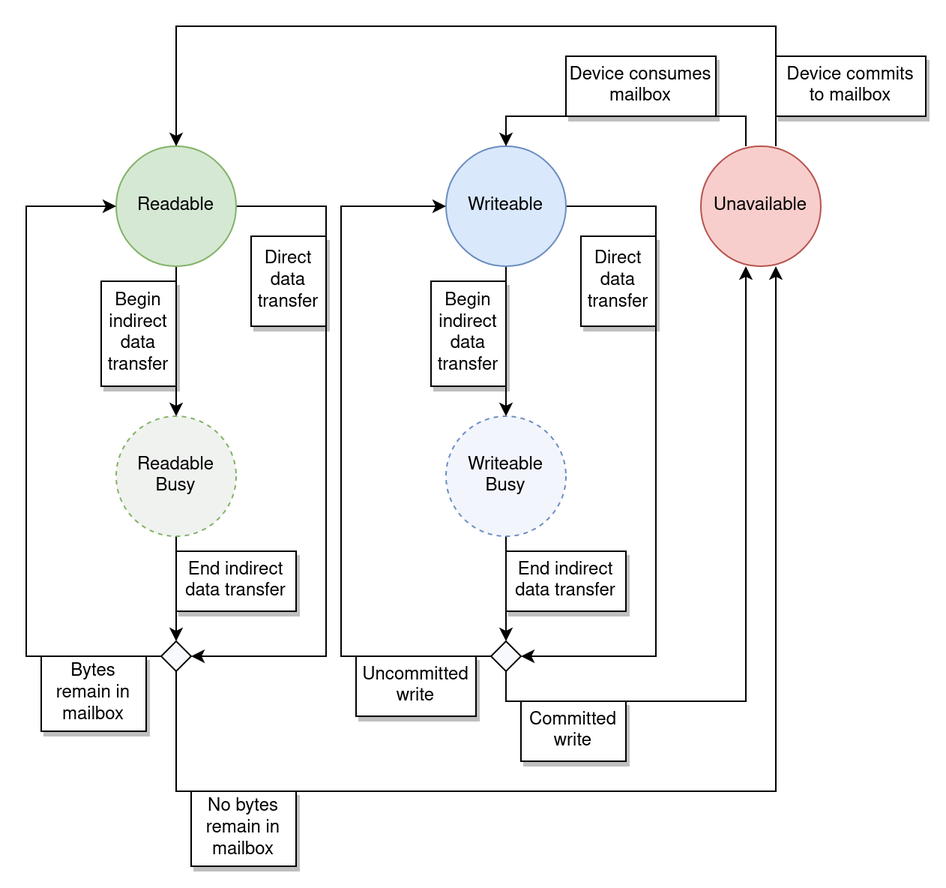
Before: docs/img/device-port-state-diagram.png, a diagram exported from draw.io (noodlecollie/v2mp). Source tidied: cells renumbered, new cells last; positions are measured from the earlier drawing's top-left corner, leaving out a move shared by most shapes.
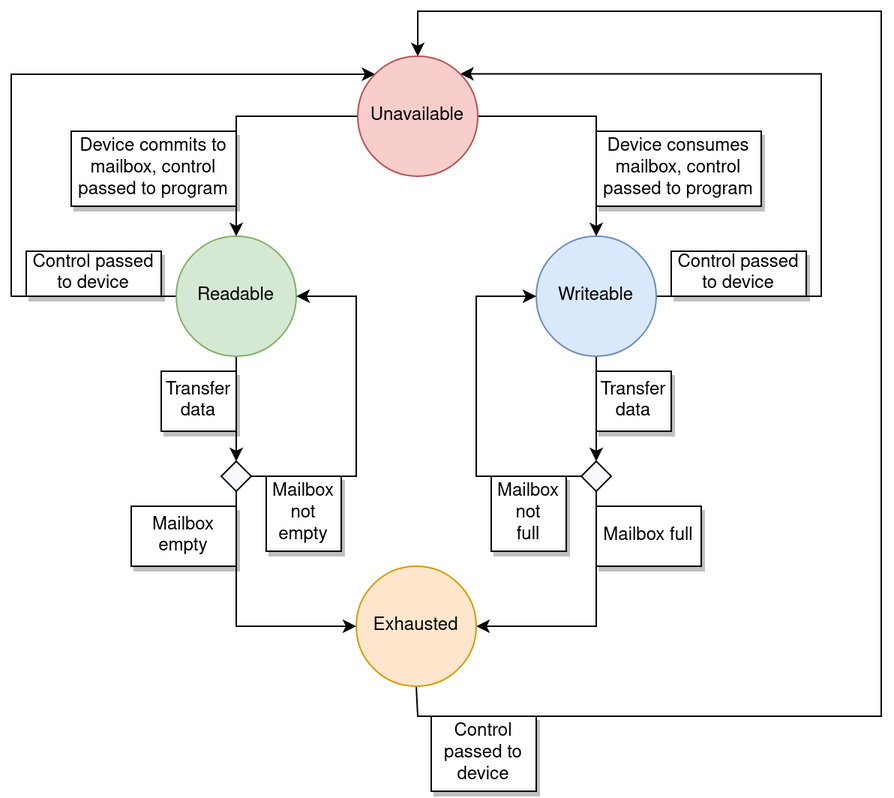
After the change.

Commit message:
Refined device port states again

Diff of the diagram source:
```diff
@@ -2,147 +2,123 @@
   <root>
     <mxCell id="0" />
     <mxCell id="1" parent="0" />
-    <mxCell id="2" style="edgeStyle=orthogonalEdgeStyle;rounded=0;jettySize=auto;html=1;exitX=0.5;exitY=1;exitDx=0;exitDy=0;entryX=0.5;entryY=0;entryDx=0;entryDy=0;endArrow=classic;endFill=1;" parent="1" edge="1" source="4" target="11">
-      <mxGeometry relative="1" as="geometry" />
+    <mxCell id="2" style="edgeStyle=orthogonalEdgeStyle;rounded=0;jettySize=auto;html=1;exitX=1;exitY=0.5;exitDx=0;exitDy=0;entryX=1;entryY=0;entryDx=0;entryDy=0;" parent="1" edge="1" source="4" target="24">
+      <mxGeometry relative="1" as="geometry">
+        <Array as="points">
+          <mxPoint x="490" y="160" />
+          <mxPoint x="490" y="12" />
+        </Array>
+      </mxGeometry>
     </mxCell>
-    <mxCell id="3" style="edgeStyle=orthogonalEdgeStyle;rounded=0;jettySize=auto;html=1;exitX=1;exitY=0.5;exitDx=0;exitDy=0;entryX=1;entryY=0.5;entryDx=0;entryDy=0;endArrow=classic;endFill=1;" parent="1" edge="1" source="4" target="26">
-      <mxGeometry relative="1" as="geometry">
-        <Array as="points">
-          <mxPoint x="200" y="120" />
-          <mxPoint x="200" y="420" />
-        </Array>
-      </mxGeometry>
+    <mxCell id="3" style="edgeStyle=orthogonalEdgeStyle;rounded=0;jettySize=auto;html=1;exitX=0.5;exitY=1;exitDx=0;exitDy=0;entryX=0.5;entryY=0;entryDx=0;entryDy=0;endArrow=classic;endFill=1;" parent="1" edge="1" source="4" target="8">
+      <mxGeometry relative="1" as="geometry" />
     </mxCell>
-    <mxCell id="4" value="Readable" style="ellipse;whiteSpace=wrap;html=1;fillColor=#d5e8d4;strokeColor=#82b366;" parent="1" vertex="1">
-      <mxGeometry x="60" y="80" width="80" height="80" as="geometry" />
+    <mxCell id="4" value="Writeable" style="ellipse;whiteSpace=wrap;html=1;fillColor=#dae8fc;strokeColor=#6c8ebf;" parent="1" vertex="1">
+      <mxGeometry x="300" y="120" width="80" height="80" as="geometry" />
     </mxCell>
-    <mxCell id="5" style="edgeStyle=orthogonalEdgeStyle;rounded=0;jettySize=auto;html=1;exitX=0.5;exitY=1;exitDx=0;exitDy=0;entryX=0.5;entryY=0;entryDx=0;entryDy=0;endArrow=classic;endFill=1;" parent="1" edge="1" source="7" target="13">
-      <mxGeometry relative="1" as="geometry" />
+    <mxCell id="5" value="&lt;div&gt;Transfer&lt;/div&gt;&lt;div&gt;data&lt;br&gt;&lt;/div&gt;" style="rounded=0;whiteSpace=wrap;html=1;shadow=1;" parent="1" vertex="1">
+      <mxGeometry x="340" y="210" width="50" height="40" as="geometry" />
     </mxCell>
-    <mxCell id="6" style="edgeStyle=orthogonalEdgeStyle;rounded=0;jettySize=auto;html=1;exitX=1;exitY=0.5;exitDx=0;exitDy=0;endArrow=classic;endFill=1;entryX=1;entryY=0.5;entryDx=0;entryDy=0;" parent="1" edge="1" source="7" target="23">
-      <mxGeometry relative="1" as="geometry">
-        <Array as="points">
-          <mxPoint x="420" y="120" />
-          <mxPoint x="420" y="420" />
-        </Array>
-      </mxGeometry>
+    <mxCell id="6" style="edgeStyle=orthogonalEdgeStyle;rounded=0;jettySize=auto;html=1;exitX=0.5;exitY=1;exitDx=0;exitDy=0;entryX=1;entryY=0.5;entryDx=0;entryDy=0;" parent="1" edge="1" source="8" target="11">
+      <mxGeometry relative="1" as="geometry" />
     </mxCell>
-    <mxCell id="7" value="Writeable" style="ellipse;whiteSpace=wrap;html=1;fillColor=#dae8fc;strokeColor=#6c8ebf;" parent="1" vertex="1">
-      <mxGeometry x="280" y="80" width="80" height="80" as="geometry" />
+    <mxCell id="7" style="edgeStyle=orthogonalEdgeStyle;rounded=0;jettySize=auto;html=1;exitX=0;exitY=0.5;exitDx=0;exitDy=0;entryX=0;entryY=0.5;entryDx=0;entryDy=0;endArrow=classic;endFill=1;" parent="1" edge="1" source="8" target="4">
+      <mxGeometry relative="1" as="geometry">
+        <Array as="points">
+          <mxPoint x="260" y="280" />
+          <mxPoint x="260" y="160" />
+        </Array>
+      </mxGeometry>
     </mxCell>
-    <mxCell id="8" style="edgeStyle=orthogonalEdgeStyle;rounded=0;jettySize=auto;html=1;endArrow=classic;endFill=1;entryX=0.5;entryY=0;entryDx=0;entryDy=0;" parent="1" edge="1" target="4">
-      <mxGeometry relative="1" as="geometry">
-        <mxPoint x="500" y="80" as="sourcePoint" />
-        <Array as="points">
-          <mxPoint x="500" />
-          <mxPoint x="100" />
-        </Array>
-      </mxGeometry>
+    <mxCell id="8" style="rhombus;whiteSpace=wrap;html=1;fillColor=#F7F9FC;" parent="1" vertex="1">
+      <mxGeometry x="330" y="270" width="20" height="20" as="geometry" />
     </mxCell>
-    <mxCell id="9" value="Unavailable" style="ellipse;whiteSpace=wrap;html=1;fillColor=#f8cecc;strokeColor=#b85450;" parent="1" vertex="1">
-      <mxGeometry x="450" y="80" width="80" height="80" as="geometry" />
+    <mxCell id="9" value="&lt;div&gt;Mailbox not&lt;br&gt;&lt;/div&gt;&lt;div&gt;full&lt;br&gt;&lt;/div&gt;" style="rounded=0;whiteSpace=wrap;html=1;shadow=1;" parent="1" vertex="1">
+      <mxGeometry x="270" y="280" width="50" height="50" as="geometry" />
     </mxCell>
-    <mxCell id="10" style="edgeStyle=orthogonalEdgeStyle;rounded=0;jettySize=auto;html=1;exitX=0.5;exitY=1;exitDx=0;exitDy=0;entryX=0.5;entryY=0;entryDx=0;entryDy=0;endArrow=classic;endFill=1;" parent="1" edge="1" source="11" target="26">
-      <mxGeometry relative="1" as="geometry" />
+    <mxCell id="10" style="edgeStyle=orthogonalEdgeStyle;rounded=0;jettySize=auto;html=1;exitX=0.5;exitY=1;exitDx=0;exitDy=0;entryX=0.5;entryY=0;entryDx=0;entryDy=0;" parent="1" edge="1" source="11" target="24">
+      <mxGeometry relative="1" as="geometry">
+        <Array as="points">
+          <mxPoint x="221" y="420" />
+          <mxPoint x="221" y="440" />
+          <mxPoint x="530" y="440" />
+          <mxPoint x="530" y="-30" />
+          <mxPoint x="221" y="-30" />
+        </Array>
+      </mxGeometry>
     </mxCell>
-    <mxCell id="11" value="Readable Busy" style="ellipse;whiteSpace=wrap;html=1;dashed=1;fillColor=#F0F2F0;strokeColor=#82b366;" parent="1" vertex="1">
-      <mxGeometry x="60" y="260" width="80" height="80" as="geometry" />
+    <mxCell id="11" value="Exhausted" style="ellipse;whiteSpace=wrap;html=1;fillColor=#ffe6cc;strokeColor=#d79b00;" parent="1" vertex="1">
+      <mxGeometry x="180" y="340" width="80" height="80" as="geometry" />
     </mxCell>
-    <mxCell id="12" style="edgeStyle=orthogonalEdgeStyle;rounded=0;jettySize=auto;html=1;exitX=0.5;exitY=1;exitDx=0;exitDy=0;entryX=0.5;entryY=0;entryDx=0;entryDy=0;endArrow=classic;endFill=1;" parent="1" edge="1" source="13" target="23">
-      <mxGeometry relative="1" as="geometry" />
+    <mxCell id="12" value="Mailbox full" style="rounded=0;whiteSpace=wrap;html=1;shadow=1;" parent="1" vertex="1">
+      <mxGeometry x="340" y="300" width="70" height="40" as="geometry" />
     </mxCell>
-    <mxCell id="13" value="Writeable Busy" style="ellipse;whiteSpace=wrap;html=1;dashed=1;fillColor=#F2F5FC;strokeColor=#6c8ebf;" parent="1" vertex="1">
-      <mxGeometry x="280" y="260" width="80" height="80" as="geometry" />
+    <mxCell id="13" style="edgeStyle=orthogonalEdgeStyle;rounded=0;jettySize=auto;html=1;exitX=0.5;exitY=1;exitDx=0;exitDy=0;entryX=0.5;entryY=0;entryDx=0;entryDy=0;endArrow=classic;endFill=1;" parent="1" edge="1" source="15" target="18">
+      <mxGeometry relative="1" as="geometry" />
     </mxCell>
-    <mxCell id="14" value="&lt;div&gt;Begin&lt;/div&gt;&lt;div&gt;indirect&lt;/div&gt;&lt;div&gt;data&lt;/div&gt;&lt;div&gt;transfer&lt;br&gt;&lt;/div&gt;" style="rounded=0;whiteSpace=wrap;html=1;shadow=1;" parent="1" vertex="1">
-      <mxGeometry x="270" y="170" width="50" height="70" as="geometry" />
+    <mxCell id="14" style="edgeStyle=orthogonalEdgeStyle;rounded=0;jettySize=auto;html=1;exitX=0;exitY=0.5;exitDx=0;exitDy=0;entryX=0;entryY=0;entryDx=0;entryDy=0;" parent="1" edge="1" source="15" target="24">
+      <mxGeometry relative="1" as="geometry">
+        <Array as="points">
+          <mxPoint x="-50" y="160" />
+          <mxPoint x="-50" y="12" />
+          <mxPoint x="193" y="12" />
+        </Array>
+      </mxGeometry>
     </mxCell>
-    <mxCell id="15" style="endArrow=classic;html=1;rounded=0;entryX=0.5;entryY=0;entryDx=0;entryDy=0;" parent="1" edge="1" target="7">
-      <mxGeometry relative="1" as="geometry">
-        <mxPoint x="480" y="80" as="sourcePoint" />
-        <Array as="points">
-          <mxPoint x="480" y="60" />
-          <mxPoint x="320" y="60" />
-        </Array>
-      </mxGeometry>
+    <mxCell id="15" value="Readable" style="ellipse;whiteSpace=wrap;html=1;fillColor=#d5e8d4;strokeColor=#82b366;" parent="1" vertex="1">
+      <mxGeometry x="60" y="120" width="80" height="80" as="geometry" />
     </mxCell>
-    <mxCell id="16" value="&lt;div&gt;Device commits&lt;/div&gt;&lt;div&gt;to mailbox&lt;br&gt;&lt;/div&gt;" style="rounded=0;whiteSpace=wrap;html=1;shadow=1;" parent="1" vertex="1">
-      <mxGeometry x="500" y="20" width="100" height="40" as="geometry" />
+    <mxCell id="16" style="edgeStyle=orthogonalEdgeStyle;rounded=0;jettySize=auto;html=1;exitX=0.5;exitY=1;exitDx=0;exitDy=0;entryX=0;entryY=0.5;entryDx=0;entryDy=0;" parent="1" edge="1" source="18" target="11">
+      <mxGeometry relative="1" as="geometry" />
     </mxCell>
-    <mxCell id="17" value="&lt;div&gt;Device consumes&lt;/div&gt;&lt;div&gt;mailbox&lt;br&gt;&lt;/div&gt;" style="rounded=0;whiteSpace=wrap;html=1;shadow=1;" parent="1" vertex="1">
-      <mxGeometry x="360" y="20" width="100" height="40" as="geometry" />
+    <mxCell id="17" style="edgeStyle=orthogonalEdgeStyle;rounded=0;jettySize=auto;html=1;exitX=1;exitY=0.5;exitDx=0;exitDy=0;entryX=1;entryY=0.5;entryDx=0;entryDy=0;endArrow=classic;endFill=1;" parent="1" edge="1" source="18" target="15">
+      <mxGeometry relative="1" as="geometry">
+        <Array as="points">
+          <mxPoint x="180" y="280" />
+          <mxPoint x="180" y="160" />
+        </Array>
+      </mxGeometry>
     </mxCell>
-    <mxCell id="18" value="&lt;div&gt;Begin&lt;/div&gt;&lt;div&gt;indirect&lt;/div&gt;&lt;div&gt;data&lt;/div&gt;&lt;div&gt;transfer&lt;br&gt;&lt;/div&gt;" style="rounded=0;whiteSpace=wrap;html=1;shadow=1;" parent="1" vertex="1">
-      <mxGeometry x="50" y="170" width="50" height="70" as="geometry" />
+    <mxCell id="18" style="rhombus;whiteSpace=wrap;html=1;fillColor=#F7F9FC;" parent="1" vertex="1">
+      <mxGeometry x="90" y="270" width="20" height="20" as="geometry" />
     </mxCell>
-    <mxCell id="19" value="&lt;div&gt;End indirect&lt;/div&gt;&lt;div&gt;data transfer&lt;br&gt;&lt;/div&gt;" style="rounded=0;whiteSpace=wrap;html=1;shadow=1;" parent="1" vertex="1">
-      <mxGeometry x="100" y="350" width="80" height="40" as="geometry" />
+    <mxCell id="19" style="endArrow=none;html=1;rounded=0;" parent="1" edge="1" target="18">
+      <mxGeometry relative="1" as="geometry">
+        <mxPoint x="100" y="270" as="sourcePoint" />
+      </mxGeometry>
     </mxCell>
-    <mxCell id="20" value="&lt;div&gt;End indirect&lt;/div&gt;&lt;div&gt;data transfer&lt;br&gt;&lt;/div&gt;" style="rounded=0;whiteSpace=wrap;html=1;shadow=1;" parent="1" vertex="1">
-      <mxGeometry x="320" y="350" width="80" height="40" as="geometry" />
+    <mxCell id="20" value="&lt;div&gt;Mailbox&lt;/div&gt;&lt;div&gt;not&lt;/div&gt;&lt;div&gt;empty&lt;/div&gt;" style="rounded=0;whiteSpace=wrap;html=1;shadow=1;" parent="1" vertex="1">
+      <mxGeometry x="120" y="280" width="50" height="50" as="geometry" />
     </mxCell>
-    <mxCell id="21" style="edgeStyle=orthogonalEdgeStyle;rounded=0;jettySize=auto;html=1;exitX=0;exitY=0.5;exitDx=0;exitDy=0;entryX=0;entryY=0.5;entryDx=0;entryDy=0;endArrow=classic;endFill=1;" parent="1" edge="1" source="23" target="7">
-      <mxGeometry relative="1" as="geometry">
-        <Array as="points">
-          <mxPoint x="210" y="420" />
-          <mxPoint x="210" y="120" />
-        </Array>
-      </mxGeometry>
+    <mxCell id="21" value="Mailbox empty" style="rounded=0;whiteSpace=wrap;html=1;shadow=1;" parent="1" vertex="1">
+      <mxGeometry x="30" y="300" width="70" height="40" as="geometry" />
     </mxCell>
-    <mxCell id="22" style="edgeStyle=orthogonalEdgeStyle;rounded=0;jettySize=auto;html=1;exitX=0.5;exitY=1;exitDx=0;exitDy=0;endArrow=classic;endFill=1;" parent="1" edge="1" source="23">
-      <mxGeometry relative="1" as="geometry">
-        <mxPoint x="480" y="160" as="targetPoint" />
-        <Array as="points">
-          <mxPoint x="320" y="450" />
-          <mxPoint x="480" y="450" />
-        </Array>
-      </mxGeometry>
+    <mxCell id="22" style="edgeStyle=orthogonalEdgeStyle;rounded=0;jettySize=auto;html=1;exitX=0;exitY=0.5;exitDx=0;exitDy=0;entryX=0.5;entryY=0;entryDx=0;entryDy=0;" parent="1" edge="1" source="24" target="15">
+      <mxGeometry relative="1" as="geometry" />
     </mxCell>
-    <mxCell id="23" style="rhombus;whiteSpace=wrap;html=1;fillColor=#F7F9FC;" parent="1" vertex="1">
-      <mxGeometry x="310" y="410" width="20" height="20" as="geometry" />
+    <mxCell id="23" style="edgeStyle=orthogonalEdgeStyle;rounded=0;jettySize=auto;html=1;exitX=1;exitY=0.5;exitDx=0;exitDy=0;entryX=0.5;entryY=0;entryDx=0;entryDy=0;" parent="1" edge="1" source="24" target="4">
+      <mxGeometry relative="1" as="geometry" />
     </mxCell>
-    <mxCell id="24" style="edgeStyle=orthogonalEdgeStyle;rounded=0;jettySize=auto;html=1;exitX=0;exitY=0.5;exitDx=0;exitDy=0;entryX=0;entryY=0.5;entryDx=0;entryDy=0;endArrow=classic;endFill=1;" parent="1" edge="1" source="26" target="4">
-      <mxGeometry relative="1" as="geometry">
-        <Array as="points">
-          <mxPoint y="420" />
-          <mxPoint y="120" />
-        </Array>
-      </mxGeometry>
+    <mxCell id="24" value="Unavailable" style="ellipse;whiteSpace=wrap;html=1;fillColor=#f8cecc;strokeColor=#b85450;" parent="1" vertex="1">
+      <mxGeometry x="181" width="80" height="80" as="geometry" />
     </mxCell>
-    <mxCell id="25" style="edgeStyle=orthogonalEdgeStyle;rounded=0;jettySize=auto;html=1;exitX=0.5;exitY=1;exitDx=0;exitDy=0;endArrow=classic;endFill=1;" parent="1" edge="1" source="26">
-      <mxGeometry relative="1" as="geometry">
-        <mxPoint x="500" y="160" as="targetPoint" />
-        <Array as="points">
-          <mxPoint x="100" y="510" />
-          <mxPoint x="500" y="510" />
-        </Array>
-      </mxGeometry>
+    <mxCell id="25" value="Device commits to mailbox, control passed to program" style="rounded=0;whiteSpace=wrap;html=1;shadow=1;" parent="1" vertex="1">
+      <mxGeometry x="-10" y="50" width="110" height="50" as="geometry" />
     </mxCell>
-    <mxCell id="26" style="rhombus;whiteSpace=wrap;html=1;fillColor=#F7F9FC;" parent="1" vertex="1">
-      <mxGeometry x="90" y="410" width="20" height="20" as="geometry" />
+    <mxCell id="26" value="Device consumes mailbox, control passed to program" style="rounded=0;whiteSpace=wrap;html=1;shadow=1;" parent="1" vertex="1">
+      <mxGeometry x="340" y="50" width="110" height="50" as="geometry" />
     </mxCell>
-    <mxCell id="27" style="endArrow=none;html=1;rounded=0;" parent="1" edge="1" target="26">
-      <mxGeometry relative="1" as="geometry">
-        <mxPoint x="100" y="410" as="sourcePoint" />
-      </mxGeometry>
+    <mxCell id="27" value="Control passed to device" style="rounded=0;whiteSpace=wrap;html=1;shadow=1;" parent="1" vertex="1">
+      <mxGeometry x="390" y="130" width="90" height="30" as="geometry" />
     </mxCell>
-    <mxCell id="28" value="&lt;div&gt;Direct&lt;/div&gt;&lt;div&gt;data&lt;/div&gt;&lt;div&gt;transfer&lt;br&gt;&lt;/div&gt;" style="rounded=0;whiteSpace=wrap;html=1;shadow=1;" parent="1" vertex="1">
-      <mxGeometry x="150" y="140" width="50" height="60" as="geometry" />
+    <mxCell id="28" value="Control passed to device" style="rounded=0;whiteSpace=wrap;html=1;shadow=1;" parent="1" vertex="1">
+      <mxGeometry x="230" y="440" width="70" height="50" as="geometry" />
     </mxCell>
-    <mxCell id="29" value="&lt;div&gt;Direct&lt;/div&gt;&lt;div&gt;data&lt;/div&gt;&lt;div&gt;transfer&lt;br&gt;&lt;/div&gt;" style="rounded=0;whiteSpace=wrap;html=1;shadow=1;" parent="1" vertex="1">
-      <mxGeometry x="370" y="140" width="50" height="60" as="geometry" />
+    <mxCell id="29" value="Control passed to device" style="rounded=0;whiteSpace=wrap;html=1;shadow=1;" parent="1" vertex="1">
+      <mxGeometry x="-40" y="130" width="90" height="30" as="geometry" />
     </mxCell>
-    <mxCell id="30" value="&lt;div&gt;Committed&lt;/div&gt;&lt;div&gt;write&lt;br&gt;&lt;/div&gt;" style="rounded=0;whiteSpace=wrap;html=1;shadow=1;" parent="1" vertex="1">
-      <mxGeometry x="330" y="450" width="70" height="40" as="geometry" />
+    <mxCell id="30" value="&lt;div&gt;Transfer&lt;/div&gt;&lt;div&gt;data&lt;br&gt;&lt;/div&gt;" style="rounded=0;whiteSpace=wrap;html=1;shadow=1;" parent="1" vertex="1">
+      <mxGeometry x="50" y="210" width="50" height="40" as="geometry" />
     </mxCell>
-    <mxCell id="31" value="&lt;div&gt;Uncommitted&lt;/div&gt;&lt;div&gt;write&lt;br&gt;&lt;/div&gt;" style="rounded=0;whiteSpace=wrap;html=1;shadow=1;" parent="1" vertex="1">
-      <mxGeometry x="220" y="420" width="80" height="40" as="geometry" />
-    </mxCell>
-    <mxCell id="32" value="Bytes remain in mailbox" style="rounded=0;whiteSpace=wrap;html=1;shadow=1;" parent="1" vertex="1">
-      <mxGeometry x="10" y="420" width="70" height="50" as="geometry" />
-    </mxCell>
-    <mxCell id="33" value="No bytes remain in mailbox" style="rounded=0;whiteSpace=wrap;html=1;shadow=1;" parent="1" vertex="1">
-      <mxGeometry x="110" y="510" width="70" height="50" as="geometry" />
-    </mxCell>
   </root>
 </mxGraphModel>
```
